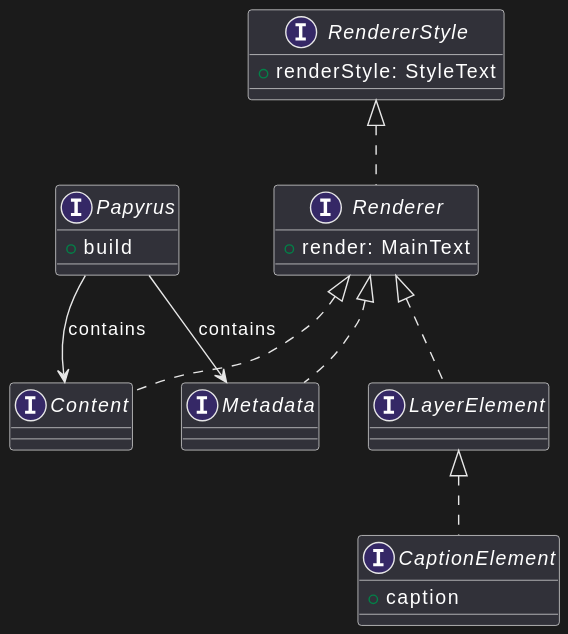
This is docs/diagram/papyrusUML.svg from PPS-24-Papyrus/PPS-24-papyrus, a PlantUML export, as it was before one commit. The source it was exported from:
```plantuml
@startuml
interface RendererStyle {
    +renderStyle: StyleText
}

interface Renderer {
    +render: MainText
}

interface Metadata {
}

interface Content {
}

interface Papyrus {
   +build
}

interface LayerElement {
}

interface CaptionElement {
   +caption
}

RendererStyle <|.. Renderer
Renderer <|.. Metadata
Renderer <|.. Content
Renderer <|.. LayerElement
LayerElement <|.. CaptionElement

Papyrus --> Metadata : contains
Papyrus --> Content : contains
@enduml
```
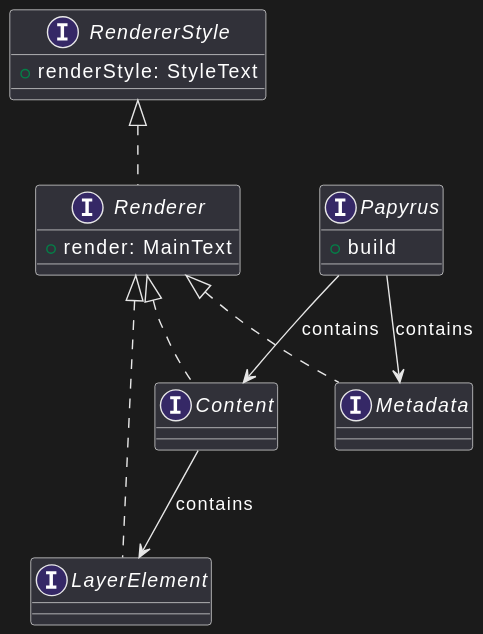
The same file after the commit.

Diff of the diagram source:
```diff
@@ -14,22 +14,19 @@
 }
 
 interface Papyrus {
-   +build
+  +build
 }
 
 interface LayerElement {
-}
-
-interface CaptionElement {
-   +caption
 }
 
 RendererStyle <|.. Renderer
 Renderer <|.. Metadata
 Renderer <|.. Content
 Renderer <|.. LayerElement
-LayerElement <|.. CaptionElement
+
 
 Papyrus --> Metadata : contains
 Papyrus --> Content : contains
+Content --> LayerElement : contains
 @enduml
```
